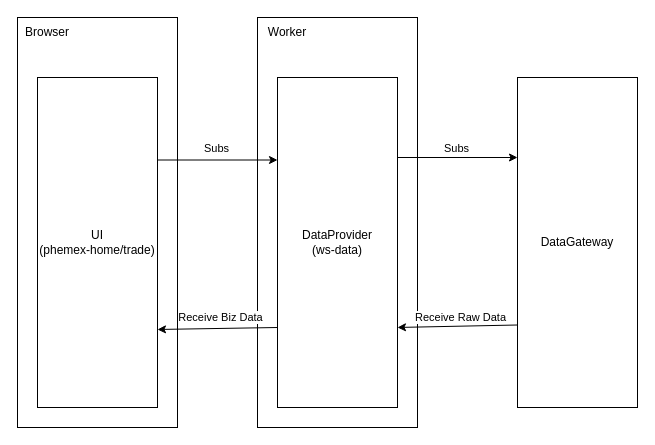
Above: 网关订阅.drawio in AC-YoY/diagram-storage (draw.io), before the change. Source tidied: cells renumbered, new cells numbered last; positions are measured from the earlier drawing's top-left corner, leaving out a move shared by most shapes. Both pictures are drawn from the tidied source at 100%, with x=0, y=0 at pixel (17, 17).
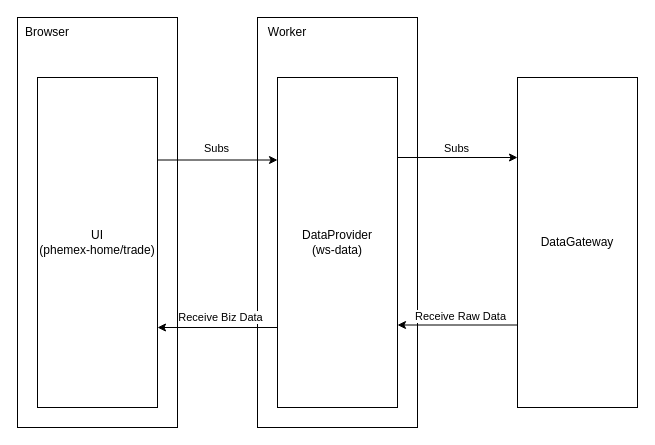
Above is the later version.

The change refers to these unchanged cells:
```xml
<mxCell id="2" style="rounded=0;whiteSpace=wrap;html=1;align=left;" parent="1" vertex="1">
  <mxGeometry x="240" width="160" height="410" as="geometry" />
</mxCell>
<mxCell id="5" value="DataProvider&lt;br&gt;(ws-data)" style="rounded=0;whiteSpace=wrap;html=1;" parent="1" vertex="1">
  <mxGeometry x="260" y="60" width="120" height="330" as="geometry" />
</mxCell>
<mxCell id="6" value="DataGateway" style="rounded=0;whiteSpace=wrap;html=1;" parent="1" vertex="1">
  <mxGeometry x="500" y="60" width="120" height="330" as="geometry" />
</mxCell>
```

Diff of the diagram source:
```diff
@@
-    <mxCell id="13" style="endArrow=classic;html=1;rounded=0;exitX=0;exitY=0.75;exitDx=0;exitDy=0;entryX=0.875;entryY=0.756;entryDx=0;entryDy=0;entryPerimeter=0;" parent="1" edge="1" source="6" target="2">
+    <mxCell id="13" style="endArrow=classic;html=1;rounded=0;exitX=0;exitY=0.75;exitDx=0;exitDy=0;entryX=1;entryY=0.75;entryDx=0;entryDy=0;" parent="1" edge="1" source="6" target="5">
       <mxGeometry relative="1" as="geometry" />
     </mxCell>
@@
-    <mxCell id="15" style="endArrow=classic;html=1;rounded=0;exitX=0;exitY=0.75;exitDx=0;exitDy=0;entryX=0.875;entryY=0.756;entryDx=0;entryDy=0;entryPerimeter=0;" parent="1" edge="1">
+    <mxCell id="15" style="endArrow=classic;html=1;rounded=0;exitX=0;exitY=0.75;exitDx=0;exitDy=0;" parent="1" edge="1">
       <mxGeometry relative="1" as="geometry">
         <mxPoint x="260" y="310" as="sourcePoint" />
-        <mxPoint x="140" y="312" as="targetPoint" />
+        <mxPoint x="140" y="310" as="targetPoint" />
       </mxGeometry>
     </mxCell>
```
